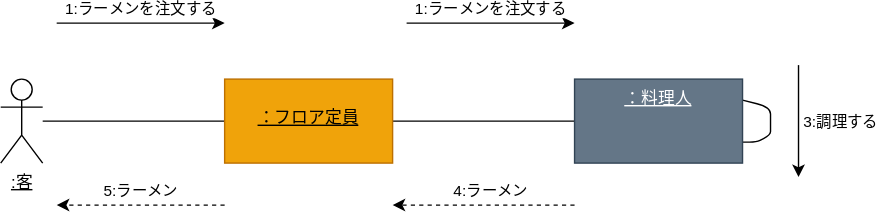
Above: sample5/例題5-1_ラーメン注文配膳.drawio.svg in nagayamasaki/umi-intro (draw.io), before the change. Source tidied: cells renumbered, new cells last; positions are measured from the earlier drawing's top-left corner, leaving out a move shared by most shapes. Its diagram source:
```xml
<mxGraphModel>
  <root>
    <mxCell id="0" />
    <mxCell id="1" parent="0" />
    <mxCell id="2" style="edgeStyle=none;html=1;endArrow=none;endFill=0;" parent="1" edge="1" source="3" target="12">
      <mxGeometry relative="1" as="geometry" />
    </mxCell>
    <mxCell id="3" value="&lt;u&gt;:客&lt;/u&gt;" style="shape=umlActor;verticalLabelPosition=bottom;verticalAlign=top;html=1;outlineConnect=0;" parent="1" vertex="1">
      <mxGeometry y="40" width="30" height="60" as="geometry" />
    </mxCell>
    <mxCell id="4" style="edgeStyle=none;html=1;endArrow=none;endFill=0;startArrow=none;" parent="1" edge="1" source="12" target="6">
      <mxGeometry relative="1" as="geometry" />
    </mxCell>
    <mxCell id="5" style="edgeStyle=none;html=1;exitX=1;exitY=0.25;exitDx=0;exitDy=0;fontColor=none;startArrow=none;startFill=0;endArrow=none;endFill=0;entryX=1;entryY=0.75;entryDx=0;entryDy=0;" parent="1" edge="1" source="6" target="6">
      <mxGeometry relative="1" as="geometry">
        <Array as="points">
          <mxPoint x="550" y="60" />
          <mxPoint x="550" y="70" />
          <mxPoint x="550" y="80" />
          <mxPoint x="540" y="85" />
        </Array>
      </mxGeometry>
    </mxCell>
    <mxCell id="6" value="&lt;u&gt;：料理人&lt;/u&gt;" style="whiteSpace=wrap;html=1;verticalAlign=top;fillColor=#647687;fontColor=#ffffff;strokeColor=#314354;" parent="1" vertex="1">
      <mxGeometry x="410" y="40" width="120" height="60" as="geometry" />
    </mxCell>
    <mxCell id="7" style="endArrow=classic;html=1;" parent="1" edge="1">
      <mxGeometry relative="1" as="geometry">
        <mxPoint x="40" as="sourcePoint" />
        <mxPoint x="160" as="targetPoint" />
      </mxGeometry>
    </mxCell>
    <mxCell id="8" value="1:ラーメンを注文する" style="edgeLabel;html=1;align=center;verticalAlign=middle;" parent="7" vertex="1">
      <mxGeometry x="-0.24" y="-3" relative="1" as="geometry">
        <mxPoint x="14" y="-13" as="offset" />
      </mxGeometry>
    </mxCell>
    <mxCell id="9" style="endArrow=classic;html=1;" parent="1" edge="1">
      <mxGeometry relative="1" as="geometry">
        <mxPoint x="290" as="sourcePoint" />
        <mxPoint x="410" as="targetPoint" />
        <Array as="points">
          <mxPoint x="400" />
        </Array>
      </mxGeometry>
    </mxCell>
    <mxCell id="10" value="1:ラーメンを注文する" style="edgeLabel;html=1;align=center;verticalAlign=middle;" parent="9" vertex="1">
      <mxGeometry x="0.34" y="2" relative="1" as="geometry">
        <mxPoint x="-21" y="-8" as="offset" />
      </mxGeometry>
    </mxCell>
    <mxCell id="11" style="edgeStyle=none;html=1;endArrow=none;endFill=0;" parent="1" edge="1" target="12">
      <mxGeometry relative="1" as="geometry">
        <mxPoint x="185" y="70" as="sourcePoint" />
      </mxGeometry>
    </mxCell>
    <mxCell id="12" value="&lt;p style=&quot;line-height: 160%;&quot;&gt;&lt;u&gt;：フロア定員&lt;/u&gt;&lt;/p&gt;" style="whiteSpace=wrap;html=1;verticalAlign=top;fillColor=#f0a30a;fontColor=#000000;strokeColor=#BD7000;" parent="1" vertex="1">
      <mxGeometry x="160" y="40" width="120" height="60" as="geometry" />
    </mxCell>
    <mxCell id="13" style="endArrow=classic;html=1;dashed=1;" parent="1" edge="1">
      <mxGeometry relative="1" as="geometry">
        <mxPoint x="160" y="130" as="sourcePoint" />
        <mxPoint x="40" y="130" as="targetPoint" />
        <Array as="points">
          <mxPoint x="130" y="130" />
          <mxPoint x="100" y="130" />
        </Array>
      </mxGeometry>
    </mxCell>
    <mxCell id="14" value="5:ラーメン" style="edgeLabel;html=1;align=center;verticalAlign=middle;" parent="13" vertex="1">
      <mxGeometry x="0.24" y="-1" relative="1" as="geometry">
        <mxPoint x="14" y="-9" as="offset" />
      </mxGeometry>
    </mxCell>
    <mxCell id="15" style="endArrow=classic;html=1;dashed=1;" parent="1" edge="1">
      <mxGeometry relative="1" as="geometry">
        <mxPoint x="410" y="130" as="sourcePoint" />
        <mxPoint x="280" y="130" as="targetPoint" />
      </mxGeometry>
    </mxCell>
    <mxCell id="16" value="4:ラーメン" style="edgeLabel;html=1;align=center;verticalAlign=middle;" parent="15" vertex="1">
      <mxGeometry x="-0.33" y="1" relative="1" as="geometry">
        <mxPoint x="-17" y="-11" as="offset" />
      </mxGeometry>
    </mxCell>
    <mxCell id="17" style="endArrow=classic;html=1;" parent="1" edge="1">
      <mxGeometry relative="1" as="geometry">
        <mxPoint x="570" y="30" as="sourcePoint" />
        <mxPoint x="570" y="110" as="targetPoint" />
      </mxGeometry>
    </mxCell>
    <mxCell id="18" value="3:調理する" style="edgeLabel;html=1;align=center;verticalAlign=middle;" parent="17" vertex="1">
      <mxGeometry x="-0.53" y="4" relative="1" as="geometry">
        <mxPoint x="26" y="21" as="offset" />
      </mxGeometry>
    </mxCell>
  </root>
</mxGraphModel>
```
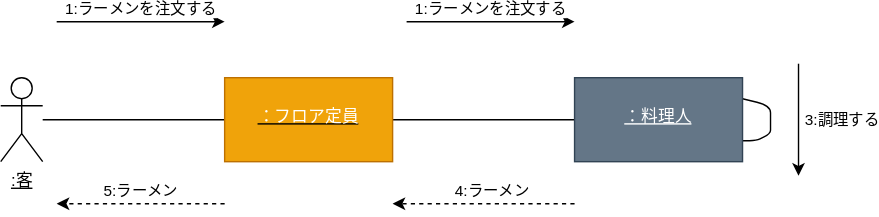
Later version of the same file.

What changed in the source:
```diff
@@ -21,7 +21,7 @@
         </Array>
       </mxGeometry>
     </mxCell>
-    <mxCell id="6" value="&lt;u&gt;：料理人&lt;/u&gt;" style="whiteSpace=wrap;html=1;verticalAlign=top;fillColor=#647687;fontColor=#ffffff;strokeColor=#314354;" parent="1" vertex="1">
+    <mxCell id="6" value="&lt;p style=&quot;line-height: 160%;&quot;&gt;&lt;u&gt;：料理人&lt;/u&gt;&lt;/p&gt;" style="whiteSpace=wrap;html=1;verticalAlign=top;fillColor=#647687;fontColor=#ffffff;strokeColor=#314354;" parent="1" vertex="1">
       <mxGeometry x="410" y="40" width="120" height="60" as="geometry" />
     </mxCell>
     <mxCell id="7" style="endArrow=classic;html=1;" parent="1" edge="1">
@@ -54,7 +54,7 @@
         <mxPoint x="185" y="70" as="sourcePoint" />
       </mxGeometry>
     </mxCell>
-    <mxCell id="12" value="&lt;p style=&quot;line-height: 160%;&quot;&gt;&lt;u&gt;：フロア定員&lt;/u&gt;&lt;/p&gt;" style="whiteSpace=wrap;html=1;verticalAlign=top;fillColor=#f0a30a;fontColor=#000000;strokeColor=#BD7000;" parent="1" vertex="1">
+    <mxCell id="12" value="&lt;p style=&quot;line-height: 160%;&quot;&gt;&lt;u&gt;&lt;font color=&quot;#ffffff&quot;&gt;：フロア定員&lt;/font&gt;&lt;/u&gt;&lt;/p&gt;" style="whiteSpace=wrap;html=1;verticalAlign=top;fillColor=#f0a30a;fontColor=#000000;strokeColor=#BD7000;" parent="1" vertex="1">
       <mxGeometry x="160" y="40" width="120" height="60" as="geometry" />
     </mxCell>
     <mxCell id="13" style="endArrow=classic;html=1;dashed=1;" parent="1" edge="1">
```
